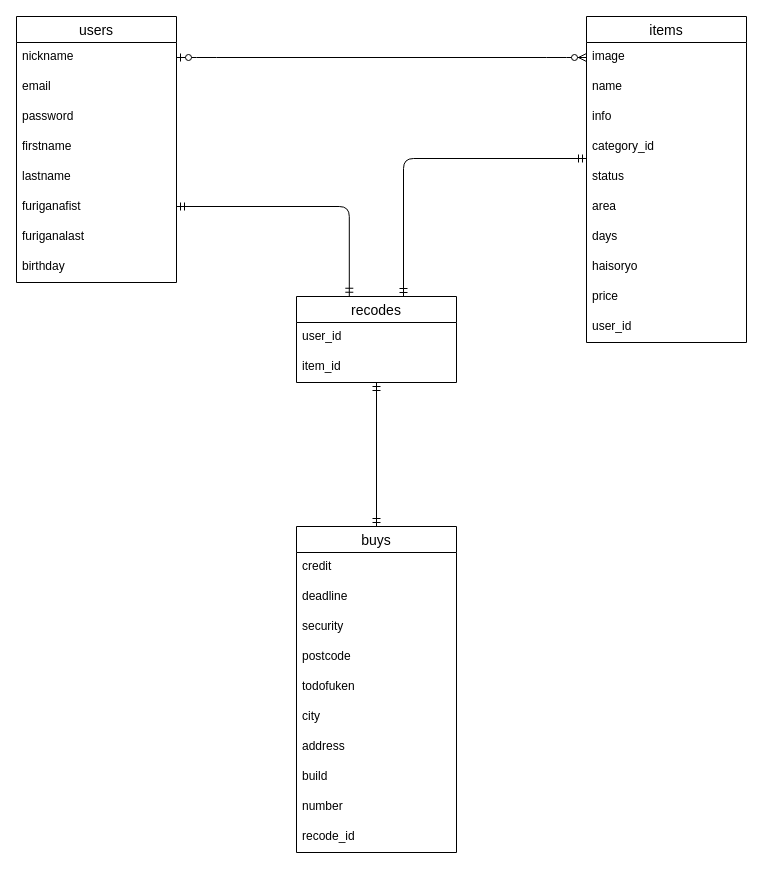
Earlier version of the draw.io diagram teble.dio (T-70ya/furima-35709). Source tidied: cells renumbered, new cells numbered last; positions are measured from the earlier drawing's top-left corner, leaving out a move shared by most shapes. Both pictures are drawn from the tidied source at 100%, with x=0, y=0 at pixel (16, 16).
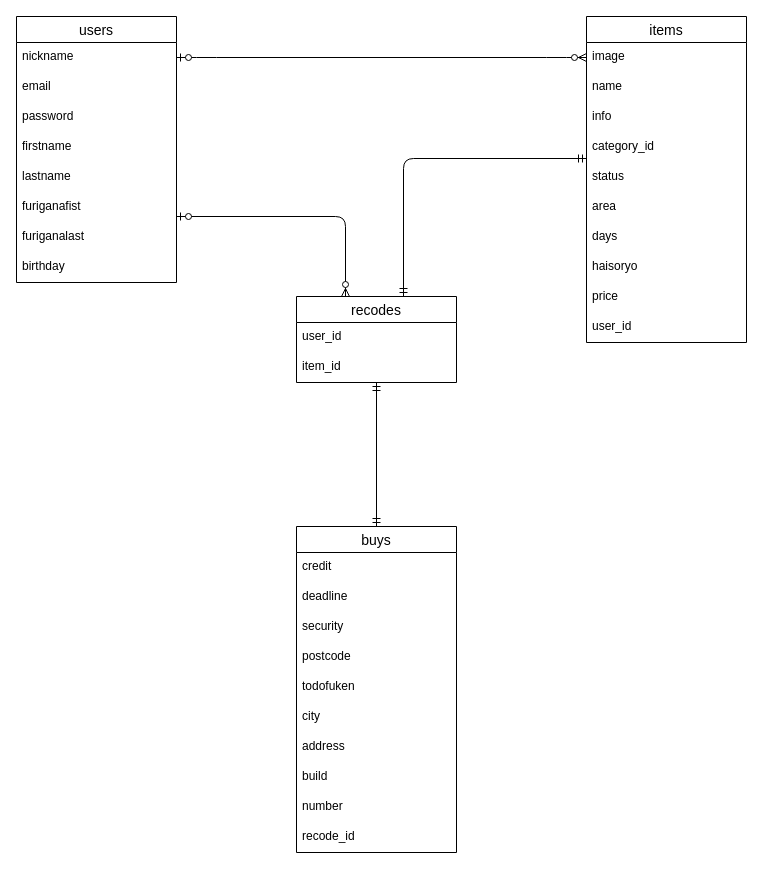
The same page after the edit.

Commit message (it also covers changes not shown here):
データベース設計修正３

The change refers to these unchanged cells:
```xml
<mxCell id="33" value="recodes" style="swimlane;fontStyle=0;horizontal=1;startSize=26;align=center;fontSize=14;" parent="1" vertex="1">
  <mxGeometry x="280" y="280" width="160" height="86" as="geometry" />
</mxCell>
```

Diff of the diagram source:
```diff
@@
-    <mxCell id="38" style="edgeStyle=orthogonalEdgeStyle;fontSize=12;html=1;endArrow=ERmandOne;startArrow=ERmandOne;entryX=0.33;entryY=-0.003;entryDx=0;entryDy=0;entryPerimeter=0;" parent="1" edge="1" target="33">
-      <mxGeometry relative="1" as="geometry">
-        <mxPoint x="160" y="190" as="sourcePoint" />
-        <Array as="points">
-          <mxPoint x="333" y="190" />
-        </Array>
-      </mxGeometry>
-    </mxCell>
@@
+    <mxCell id="40" style="edgeStyle=orthogonalEdgeStyle;fontSize=12;html=1;endArrow=ERzeroToMany;startArrow=ERzeroToOne;" parent="1" edge="1">
+      <mxGeometry relative="1" as="geometry">
+        <mxPoint x="160" y="200" as="sourcePoint" />
+        <mxPoint x="329" y="280" as="targetPoint" />
+        <Array as="points">
+          <mxPoint x="329" y="200" />
+        </Array>
+      </mxGeometry>
+    </mxCell>
```
